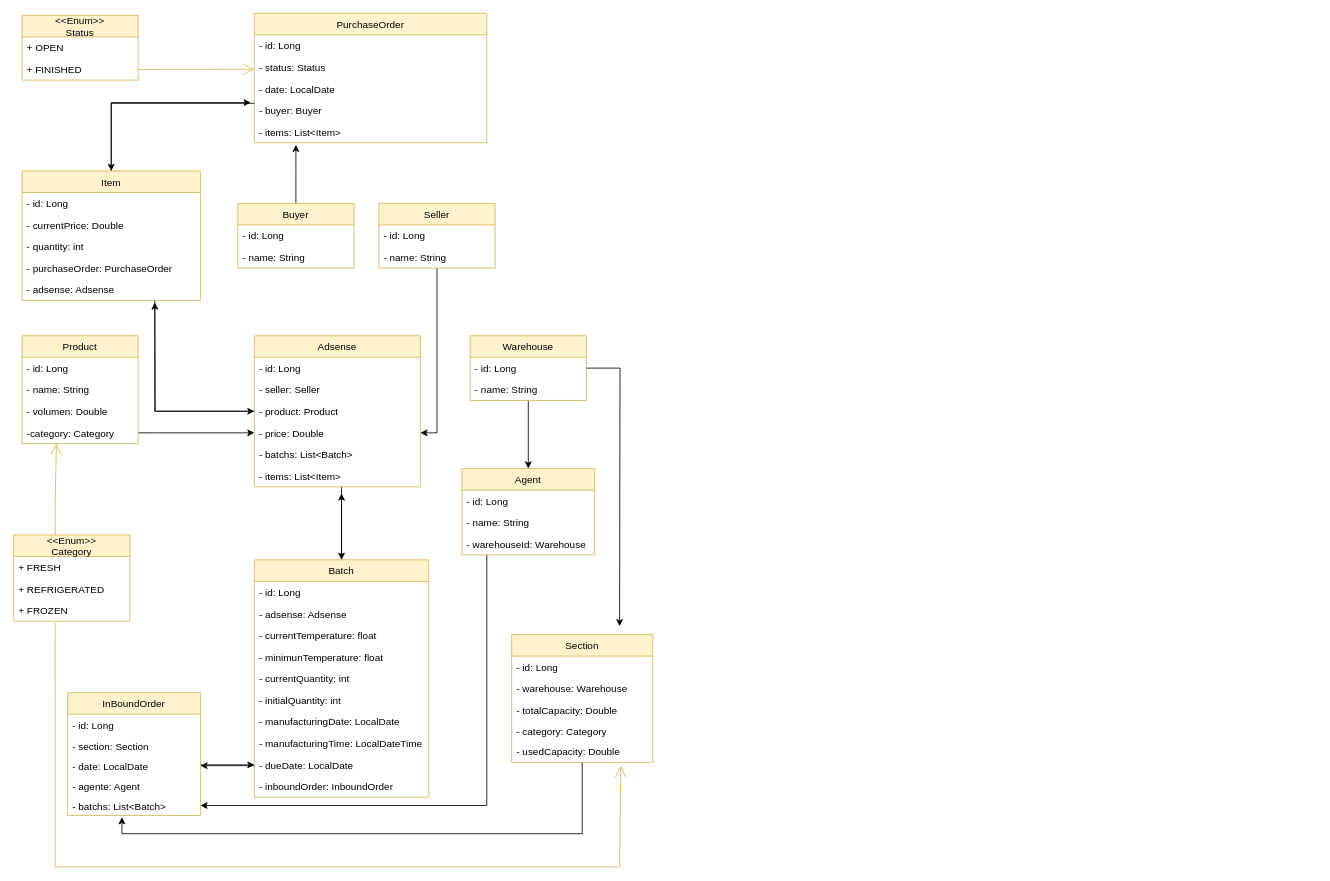
InajaraPereira/desafio_final keeps this draw.io diagram as Docs/desafio_final_6.drawio. Above is the earlier version. Source tidied: cells renumbered, new cells numbered last; positions are measured from the earlier drawing's top-left corner, leaving out a move shared by most shapes. Both pictures are drawn from the tidied source at 83%, with x=0, y=0 at pixel (13, 13).
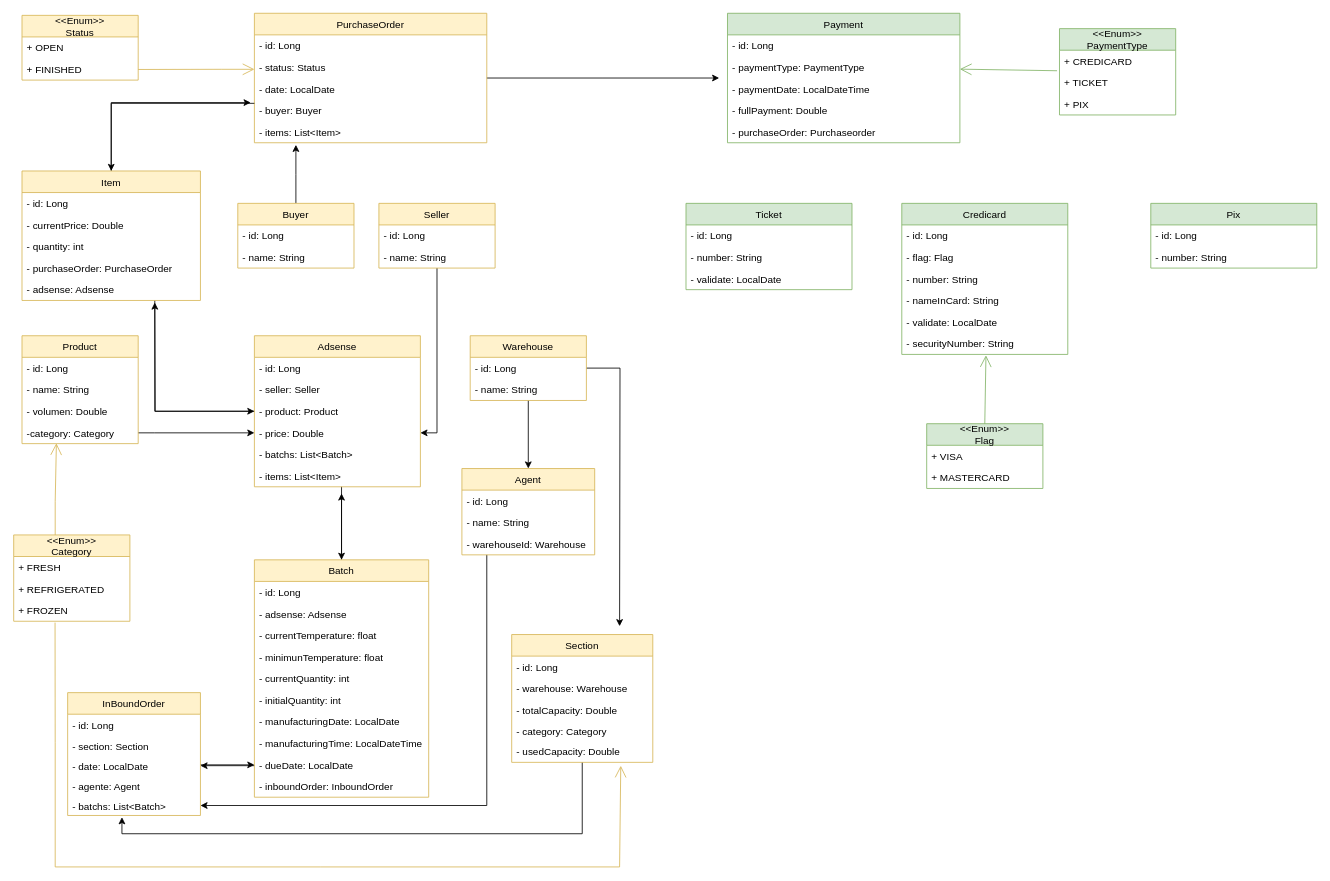
The same page after the edit.

The change refers to these unchanged cells:
```xml
<mxCell id="66" value="PurchaseOrder" style="swimlane;fontStyle=0;horizontal=1;startSize=26;fillColor=#fff2cc;strokeColor=#d6b656;" parent="1" vertex="1">
  <mxGeometry x="290" y="-0.5" width="280" height="156" as="geometry" />
</mxCell>
```

Change to the diagram source:
```diff
@@
+    <mxCell id="87" style="edgeStyle=orthogonalEdgeStyle;rounded=0;jettySize=auto;html=1;" parent="1" edge="1" source="66">
+      <mxGeometry relative="1" as="geometry">
+        <mxPoint x="850" y="77.5" as="targetPoint" />
+      </mxGeometry>
+    </mxCell>
@@
+    <mxCell id="88" value="Payment" style="swimlane;fontStyle=0;horizontal=1;startSize=26;fillColor=#d5e8d4;strokeColor=#82b366;" parent="1" vertex="1">
+      <mxGeometry x="860" y="-0.5" width="280" height="156" as="geometry" />
+    </mxCell>
+    <mxCell id="89" value="- id: Long" style="text;strokeColor=none;fillColor=none;align=left;verticalAlign=top;spacingLeft=4;spacingRight=4;overflow=hidden;" parent="88" vertex="1">
+      <mxGeometry y="26" width="280" height="26" as="geometry" />
+    </mxCell>
+    <mxCell id="90" value="- paymentType: PaymentType" style="text;strokeColor=none;fillColor=none;align=left;verticalAlign=top;spacingLeft=4;spacingRight=4;overflow=hidden;points=[[0,0.5],[1,0.5]];portConstraint=eastwest;" parent="88" vertex="1">
+      <mxGeometry y="52" width="280" height="26" as="geometry" />
+    </mxCell>
+    <mxCell id="91" value="- paymentDate: LocalDateTime" style="text;strokeColor=none;fillColor=none;align=left;verticalAlign=top;spacingLeft=4;spacingRight=4;overflow=hidden;" parent="88" vertex="1">
+      <mxGeometry y="78" width="280" height="26" as="geometry" />
+    </mxCell>
+    <mxCell id="92" value="- fullPayment: Double" style="text;strokeColor=none;fillColor=none;align=left;verticalAlign=top;spacingLeft=4;spacingRight=4;overflow=hidden;" parent="88" vertex="1">
+      <mxGeometry y="104" width="280" height="26" as="geometry" />
+    </mxCell>
+    <mxCell id="93" value="- purchaseOrder: Purchaseorder" style="text;strokeColor=none;fillColor=none;align=left;verticalAlign=top;spacingLeft=4;spacingRight=4;overflow=hidden;" parent="88" vertex="1">
+      <mxGeometry y="130" width="280" height="26" as="geometry" />
+    </mxCell>
+    <mxCell id="94" value="&lt;&lt;Enum&gt;&gt;&#10;PaymentType" style="swimlane;fontStyle=0;horizontal=1;startSize=26;fillColor=#d5e8d4;strokeColor=#82b366;" parent="1" vertex="1">
+      <mxGeometry x="1260" y="18" width="140" height="104" as="geometry" />
+    </mxCell>
+    <mxCell id="95" value="+ CREDICARD" style="text;strokeColor=none;fillColor=none;align=left;verticalAlign=top;spacingLeft=4;spacingRight=4;overflow=hidden;points=[[0,0.5],[1,0.5]];portConstraint=eastwest;" parent="94" vertex="1">
+      <mxGeometry y="26" width="140" height="26" as="geometry" />
+    </mxCell>
+    <mxCell id="96" value="+ TICKET" style="text;strokeColor=none;fillColor=none;align=left;verticalAlign=top;spacingLeft=4;spacingRight=4;overflow=hidden;" parent="94" vertex="1">
+      <mxGeometry y="52" width="140" height="26" as="geometry" />
+    </mxCell>
+    <mxCell id="97" value="+ PIX" style="text;strokeColor=none;fillColor=none;align=left;verticalAlign=top;spacingLeft=4;spacingRight=4;overflow=hidden;" parent="94" vertex="1">
+      <mxGeometry y="78" width="140" height="26" as="geometry" />
+    </mxCell>
+    <mxCell id="98" style="endArrow=open;endFill=1;endSize=12;html=1;rounded=0;fillColor=#d5e8d4;strokeColor=#82b366;exitX=-0.021;exitY=0.951;exitDx=0;exitDy=0;exitPerimeter=0;" parent="1" edge="1" source="95" target="90">
+      <mxGeometry relative="1" as="geometry" />
+    </mxCell>
+    <mxCell id="99" value="Ticket" style="swimlane;fontStyle=0;horizontal=1;startSize=26;fillColor=#d5e8d4;strokeColor=#82b366;" parent="1" vertex="1">
+      <mxGeometry x="810" y="228.5" width="200" height="104" as="geometry" />
+    </mxCell>
+    <mxCell id="100" value="- id: Long" style="text;strokeColor=none;fillColor=none;align=left;verticalAlign=top;spacingLeft=4;spacingRight=4;overflow=hidden;" parent="99" vertex="1">
+      <mxGeometry y="26" width="200" height="26" as="geometry" />
+    </mxCell>
+    <mxCell id="101" value="- number: String" style="text;strokeColor=none;fillColor=none;align=left;verticalAlign=top;spacingLeft=4;spacingRight=4;overflow=hidden;" parent="99" vertex="1">
+      <mxGeometry y="52" width="200" height="26" as="geometry" />
+    </mxCell>
+    <mxCell id="102" value="- validate: LocalDate" style="text;strokeColor=none;fillColor=none;align=left;verticalAlign=top;spacingLeft=4;spacingRight=4;overflow=hidden;" parent="99" vertex="1">
+      <mxGeometry y="78" width="200" height="26" as="geometry" />
+    </mxCell>
+    <mxCell id="103" value="Credicard" style="swimlane;fontStyle=0;horizontal=1;startSize=26;fillColor=#d5e8d4;strokeColor=#82b366;" parent="1" vertex="1">
+      <mxGeometry x="1070" y="228.5" width="200" height="182" as="geometry" />
+    </mxCell>
+    <mxCell id="104" value="- id: Long" style="text;strokeColor=none;fillColor=none;align=left;verticalAlign=top;spacingLeft=4;spacingRight=4;overflow=hidden;" parent="103" vertex="1">
+      <mxGeometry y="26" width="200" height="26" as="geometry" />
+    </mxCell>
+    <mxCell id="105" value="- flag: Flag" style="text;strokeColor=none;fillColor=none;align=left;verticalAlign=top;spacingLeft=4;spacingRight=4;overflow=hidden;" parent="103" vertex="1">
+      <mxGeometry y="52" width="200" height="26" as="geometry" />
+    </mxCell>
+    <mxCell id="106" value="- number: String" style="text;strokeColor=none;fillColor=none;align=left;verticalAlign=top;spacingLeft=4;spacingRight=4;overflow=hidden;" parent="103" vertex="1">
+      <mxGeometry y="78" width="200" height="26" as="geometry" />
+    </mxCell>
+    <mxCell id="107" value="- nameInCard: String" style="text;strokeColor=none;fillColor=none;align=left;verticalAlign=top;spacingLeft=4;spacingRight=4;overflow=hidden;" parent="103" vertex="1">
+      <mxGeometry y="104" width="200" height="26" as="geometry" />
+    </mxCell>
+    <mxCell id="108" value="- validate: LocalDate" style="text;strokeColor=none;fillColor=none;align=left;verticalAlign=top;spacingLeft=4;spacingRight=4;overflow=hidden;" parent="103" vertex="1">
+      <mxGeometry y="130" width="200" height="26" as="geometry" />
+    </mxCell>
+    <mxCell id="109" value="- securityNumber: String" style="text;strokeColor=none;fillColor=none;align=left;verticalAlign=top;spacingLeft=4;spacingRight=4;overflow=hidden;points=[[0,0.5],[1,0.5]];portConstraint=eastwest;" parent="103" vertex="1">
+      <mxGeometry y="156" width="200" height="26" as="geometry" />
+    </mxCell>
+    <mxCell id="110" value="Pix" style="swimlane;fontStyle=0;horizontal=1;startSize=26;fillColor=#d5e8d4;strokeColor=#82b366;" parent="1" vertex="1">
+      <mxGeometry x="1370" y="228.5" width="200" height="78" as="geometry" />
+    </mxCell>
+    <mxCell id="111" value="- id: Long" style="text;strokeColor=none;fillColor=none;align=left;verticalAlign=top;spacingLeft=4;spacingRight=4;overflow=hidden;" parent="110" vertex="1">
+      <mxGeometry y="26" width="200" height="26" as="geometry" />
+    </mxCell>
+    <mxCell id="112" value="- number: String" style="text;strokeColor=none;fillColor=none;align=left;verticalAlign=top;spacingLeft=4;spacingRight=4;overflow=hidden;" parent="110" vertex="1">
+      <mxGeometry y="52" width="200" height="26" as="geometry" />
+    </mxCell>
+    <mxCell id="113" value="&lt;&lt;Enum&gt;&gt;&#10;Flag" style="swimlane;fontStyle=0;horizontal=1;startSize=26;fillColor=#d5e8d4;strokeColor=#82b366;" parent="1" vertex="1">
+      <mxGeometry x="1100" y="494" width="140" height="78" as="geometry" />
+    </mxCell>
+    <mxCell id="114" value="+ VISA" style="text;strokeColor=none;fillColor=none;align=left;verticalAlign=top;spacingLeft=4;spacingRight=4;overflow=hidden;" parent="113" vertex="1">
+      <mxGeometry y="26" width="140" height="26" as="geometry" />
+    </mxCell>
+    <mxCell id="115" value="+ MASTERCARD" style="text;strokeColor=none;fillColor=none;align=left;verticalAlign=top;spacingLeft=4;spacingRight=4;overflow=hidden;" parent="113" vertex="1">
+      <mxGeometry y="52" width="140" height="26" as="geometry" />
+    </mxCell>
+    <mxCell id="116" style="endArrow=open;endFill=1;endSize=12;html=1;rounded=0;fillColor=#d5e8d4;strokeColor=#82b366;exitX=0.5;exitY=0;exitDx=0;exitDy=0;entryX=0.507;entryY=1.04;entryDx=0;entryDy=0;entryPerimeter=0;" parent="1" edge="1" source="113" target="109">
+      <mxGeometry relative="1" as="geometry" />
+    </mxCell>
```
